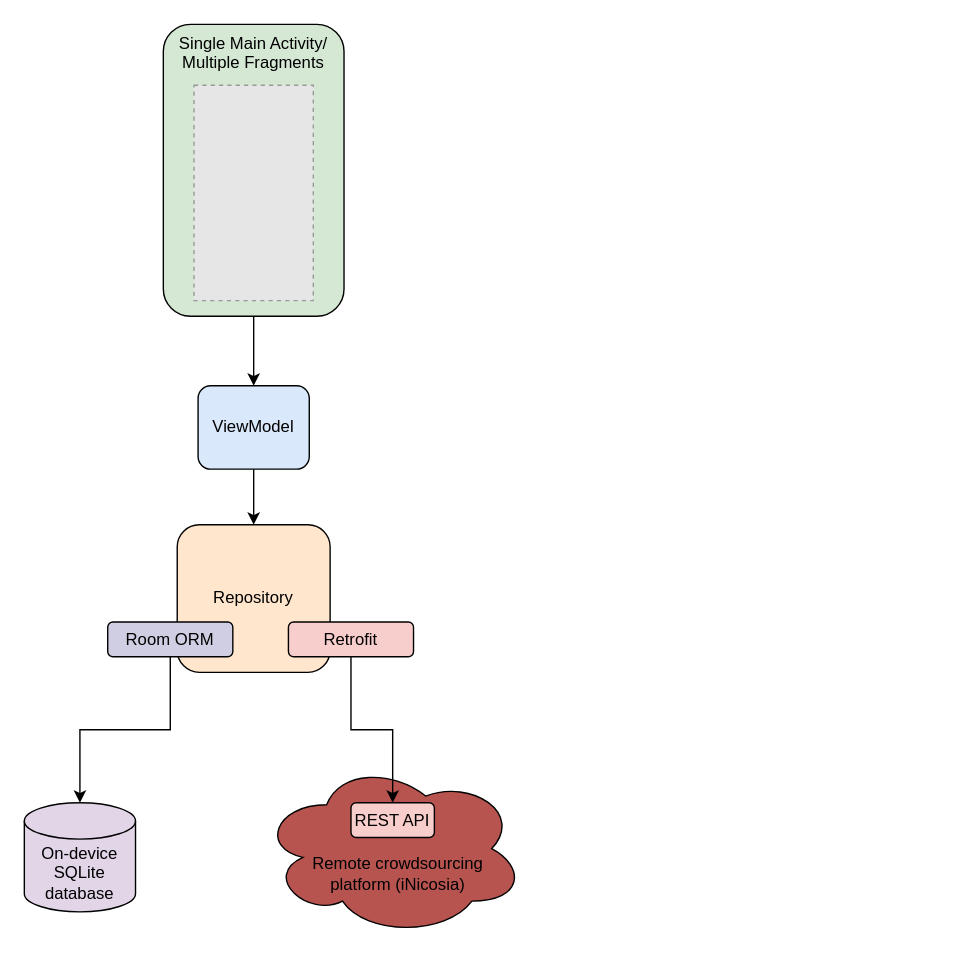
This is figure_app_architecture/app_architecture_vertical.drawio from msthoma/EnviroInfo2020_paper, a draw.io file, before an edit. Source tidied: cells renumbered, new cells numbered last; positions are measured from the earlier drawing's top-left corner, leaving out a move shared by most shapes. Both pictures are drawn from the tidied source at 139%, with x=0, y=0 at pixel (24, 24). Pictures stored in the file or linked from it are replaced by grey dashed boxes.
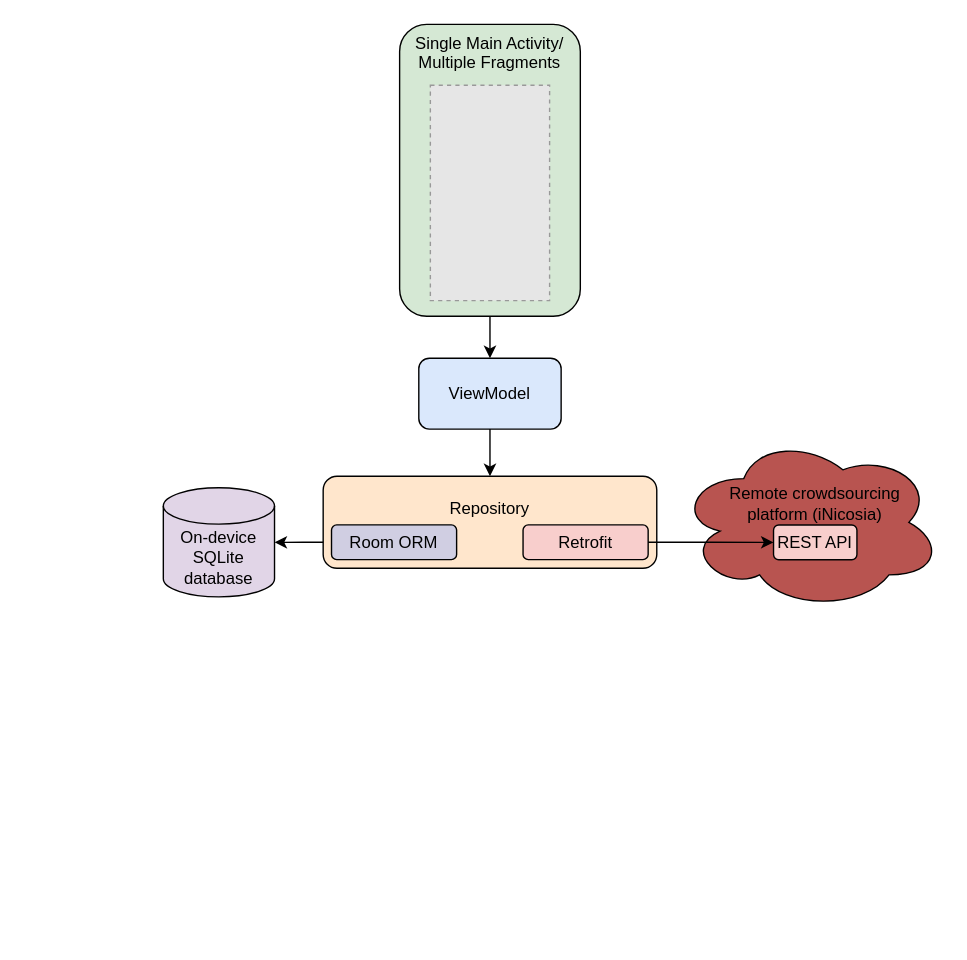
The same diagram, later.

Commit message:
final vertical diagram

The edit, as a diff of the source:
```diff
@@
 <mxGraphModel>
   <root>
     <mxCell id="0" />
     <mxCell id="1" parent="0" />
     <mxCell id="2" style="edgeStyle=orthogonalEdgeStyle;rounded=0;jettySize=auto;html=1;" parent="1" edge="1" source="7" target="4">
       <mxGeometry relative="1" as="geometry" />
     </mxCell>
     <mxCell id="3" style="edgeStyle=orthogonalEdgeStyle;rounded=0;jettySize=auto;html=1;" parent="1" edge="1" source="4" target="10">
       <mxGeometry relative="1" as="geometry" />
     </mxCell>
     <mxCell id="4" value="ViewModel" style="rounded=1;whiteSpace=wrap;html=1;fillColor=#dae8fc;" parent="1" vertex="1">
-      <mxGeometry x="125" y="260" width="80" height="60" as="geometry" />
+      <mxGeometry x="283.8" y="240.2" width="102.4" height="51" as="geometry" />
     </mxCell>
     <mxCell id="5" value="&lt;div&gt;On-device&lt;br&gt;&lt;/div&gt;&lt;div&gt;SQLite database&lt;br&gt;&lt;/div&gt;" style="strokeWidth=1;html=1;shape=mxgraph.flowchart.database;whiteSpace=wrap;verticalAlign=bottom;fillColor=#e1d5e7;spacingBottom=4;" parent="1" vertex="1">
-      <mxGeometry y="560" width="80" height="78.5" as="geometry" />
+      <mxGeometry x="100" y="333.4" width="80" height="78.5" as="geometry" />
     </mxCell>
     <mxCell id="6" style="group;" parent="1" vertex="1">
-      <mxGeometry x="100" width="130" height="210" as="geometry" />
+      <mxGeometry x="270" width="130" height="210" as="geometry" />
     </mxCell>
     <mxCell id="7" value="&lt;div&gt;Single Main Activity/ Multiple Fragments&lt;/div&gt;" style="rounded=1;whiteSpace=wrap;html=1;spacingRight=0;labelBackgroundColor=none;fillColor=#d5e8d4;verticalAlign=top;" parent="6" vertex="1">
       <mxGeometry width="130" height="210" as="geometry" />
     </mxCell>
     <mxCell id="8" style="fillColor=#E6E6E6;strokeColor=#999999;dashed=1;verticalLabelPosition=bottom;verticalAlign=top;labelBackgroundColor=none;" parent="6" vertex="1">
       <mxGeometry x="22.1" y="43.8" width="85.8" height="155" as="geometry" />
     </mxCell>
-    <mxCell id="9" style="group;" parent="1" vertex="1">
-      <mxGeometry x="110" y="360" width="110" height="106.2" as="geometry" />
-    </mxCell>
+    <mxCell id="12" style="edgeStyle=orthogonalEdgeStyle;rounded=0;jettySize=auto;html=1;" parent="1" edge="1" source="11" target="5">
+      <mxGeometry relative="1" as="geometry" />
+    </mxCell>
+    <mxCell id="18" style="group;spacingBottom=0;" parent="1" vertex="1">
+      <mxGeometry x="215" y="325.1" width="240" height="66.2" as="geometry" />
+    </mxCell>
-    <mxCell id="10" value="Repository" style="rounded=1;whiteSpace=wrap;html=1;verticalAlign=middle;fillColor=#ffe6cc;" parent="9" vertex="1">
-      <mxGeometry width="110" height="106.2" as="geometry" />
+    <mxCell id="10" value="Repository" style="rounded=1;whiteSpace=wrap;html=1;verticalAlign=middle;fillColor=#ffe6cc;spacingBottom=18;" parent="18" vertex="1">
+      <mxGeometry width="240" height="66.2" as="geometry" />
     </mxCell>
-    <mxCell id="11" value="Room ORM" style="rounded=1;whiteSpace=wrap;html=1;fillColor=#d0cee2;" parent="9" vertex="1">
-      <mxGeometry x="-50" y="70" width="90" height="25" as="geometry" />
+    <mxCell id="11" value="Room ORM" style="rounded=1;whiteSpace=wrap;html=1;fillColor=#d0cee2;" parent="18" vertex="1">
+      <mxGeometry x="6" y="35" width="90" height="25" as="geometry" />
     </mxCell>
-    <mxCell id="12" style="edgeStyle=orthogonalEdgeStyle;rounded=0;jettySize=auto;html=1;" parent="1" edge="1" source="11" target="5">
-      <mxGeometry relative="1" as="geometry" />
-    </mxCell>
-    <mxCell id="13" value="Retrofit" style="rounded=1;whiteSpace=wrap;html=1;fillColor=#f8cecc;" parent="1" vertex="1">
-      <mxGeometry x="190" y="430" width="90" height="25" as="geometry" />
+    <mxCell id="13" value="Retrofit" style="rounded=1;whiteSpace=wrap;html=1;fillColor=#f8cecc;" parent="18" vertex="1">
+      <mxGeometry x="143.8" y="35" width="90" height="25" as="geometry" />
     </mxCell>
-    <mxCell id="14" style="group;" parent="1" vertex="1">
-      <mxGeometry x="170" y="530" width="190" height="126" as="geometry" />
-    </mxCell>
+    <mxCell id="19" style="group;" parent="1" vertex="1">
+      <mxGeometry x="470.1" y="295.3" width="190" height="126" as="geometry" />
+    </mxCell>
-    <mxCell id="15" value="&lt;div&gt;Remote crowdsourcing &lt;br&gt;&lt;/div&gt;&lt;div&gt;platform (iNicosia)&lt;br&gt;&lt;/div&gt;" style="ellipse;shape=cloud;whiteSpace=wrap;html=1;align=center;strokeWidth=1;verticalAlign=middle;spacingBottom=0;fillColor=#B85450;spacingTop=35;spacingLeft=8;" parent="14" vertex="1">
+    <mxCell id="15" value="&lt;div&gt;Remote crowdsourcing &lt;br&gt;&lt;/div&gt;&lt;div&gt;platform (iNicosia)&lt;br&gt;&lt;/div&gt;" style="ellipse;shape=cloud;whiteSpace=wrap;html=1;align=center;strokeWidth=1;verticalAlign=middle;spacingBottom=27;fillColor=#B85450;spacingTop=0;spacingLeft=8;" parent="19" vertex="1">
       <mxGeometry width="190" height="126" as="geometry" />
     </mxCell>
-    <mxCell id="16" value="REST API" style="rounded=1;whiteSpace=wrap;html=1;fillColor=#f8cecc;align=center;spacing=2;spacingTop=0;" parent="14" vertex="1">
-      <mxGeometry x="65" y="30" width="60" height="25" as="geometry" />
+    <mxCell id="16" value="REST API" style="rounded=1;whiteSpace=wrap;html=1;fillColor=#f8cecc;align=center;spacing=2;spacingTop=0;" parent="19" vertex="1">
+      <mxGeometry x="68.9" y="64.9" width="60" height="25" as="geometry" />
     </mxCell>
-    <mxCell id="17" style="edgeStyle=orthogonalEdgeStyle;rounded=0;jettySize=auto;html=1;entryX=0.5;entryY=0;entryDx=0;entryDy=0;" parent="1" edge="1" source="13" target="16">
+    <mxCell id="17" style="edgeStyle=orthogonalEdgeStyle;rounded=0;jettySize=auto;html=1;" parent="1" edge="1" source="13" target="16">
       <mxGeometry relative="1" as="geometry" />
     </mxCell>
   </root>
 </mxGraphModel>
```
